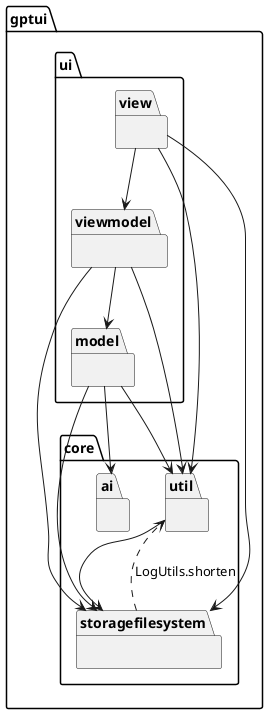
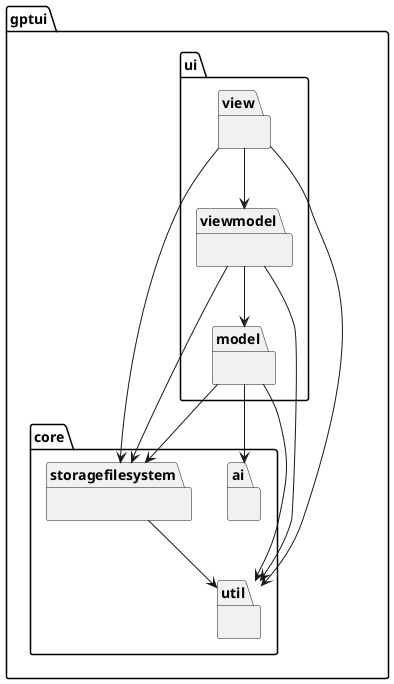
@startuml
'https://plantuml.com/class-diagram

package gptui {
    package core {
        package ai {}
        package util {}
        package storagefilesystem {}
    }
    package ui {
        package model {}
        package view {}
        package viewmodel {}
    }
}

view --> viewmodel
view --> storagefilesystem
view --> util
viewmodel --> model
viewmodel --> storagefilesystem
viewmodel --> util
model --> ai
model --> storagefilesystem
model --> util
- util --> storagefilesystem
- storagefilesystem ..> util : LogUtils.shorten
+ storagefilesystem --> util

@enduml